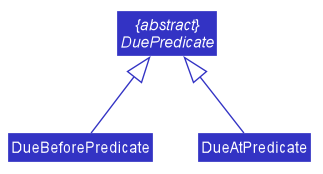
Earlier version of the PlantUML export docs/images/filterFunction/PredicateClassDiagram.png (urieltan/tp).
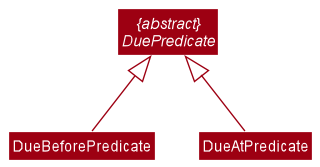
The same file after the commit.

Change to the diagram source:
```diff
@@ -1,55 +1,8 @@
 @startuml
-
-
-
-
-
-
-
-
-skinparam BackgroundColor #FFFFFFF
-
-skinparam Shadowing false
-
-skinparam Class {
-    FontColor #FFFFFF
-    BorderThickness 1
-    BorderColor #FFFFFF
-    StereotypeFontColor #FFFFFF
-    FontName Arial
-}
-
-skinparam Actor {
-    BorderColor #000000
-    Color #000000
-    FontName Arial
-}
-
-skinparam Sequence {
-    MessageAlign center
-    BoxFontSize 15
-    BoxPadding 0
-    BoxFontColor #FFFFFF
-    FontName Arial
-}
-
-skinparam Participant {
-    FontColor #FFFFFFF
-    Padding 20
-}
-
-skinparam MinClassWidth 50
-skinparam ParticipantPadding 10
-skinparam Shadowing false
-skinparam DefaultTextAlignment center
-skinparam packageStyle Rectangle
-
-hide footbox
-hide members
-hide circle
+!include style.puml
 skinparam arrowThickness 1.1
-skinparam arrowColor #3333C4
-skinparam classBackgroundColor #3333C4
+skinparam arrowColor MODEL_COLOR
+skinparam classBackgroundColor MODEL_COLOR
 
 abstract class "{abstract}\nDuePredicate" as DuePredicate
 class DueBeforePredicate
```
